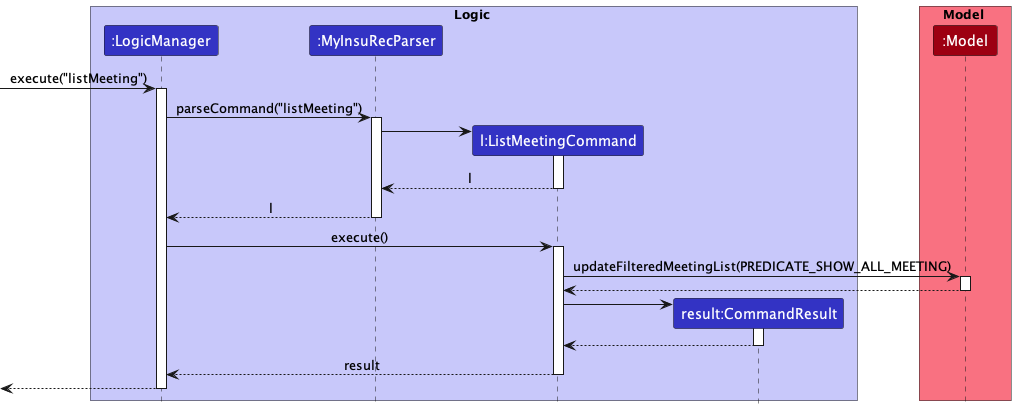
This is docs/images/ListMeetingSequenceDiagram.png from nus-cs2103-AY2223S1/tp, a PlantUML export, as it was before one commit.
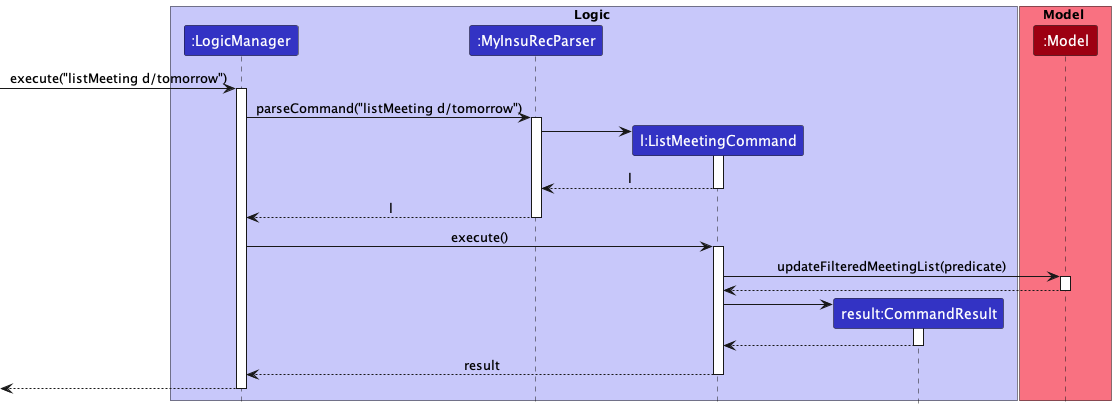
Above is the later version.

Diff of the diagram source:
```diff
@@ -12,10 +12,10 @@
 participant ":Model" as Model MODEL_COLOR
 end box
 
-[-> LogicManager : execute("listMeeting")
+[-> LogicManager : execute("listMeeting d/tomorrow")
 activate LogicManager
 
-LogicManager -> MyInsuRecParser : parseCommand("listMeeting")
+LogicManager -> MyInsuRecParser : parseCommand("listMeeting d/tomorrow")
 activate MyInsuRecParser
 
 create ListMeetingCommand
@@ -31,7 +31,7 @@
 LogicManager -> ListMeetingCommand : execute()
 activate ListMeetingCommand
 
-ListMeetingCommand -> Model : updateFilteredMeetingList(PREDICATE_SHOW_ALL_MEETING)
+ListMeetingCommand -> Model : updateFilteredMeetingList(predicate)
 activate Model
 
 Model --> ListMeetingCommand
```
